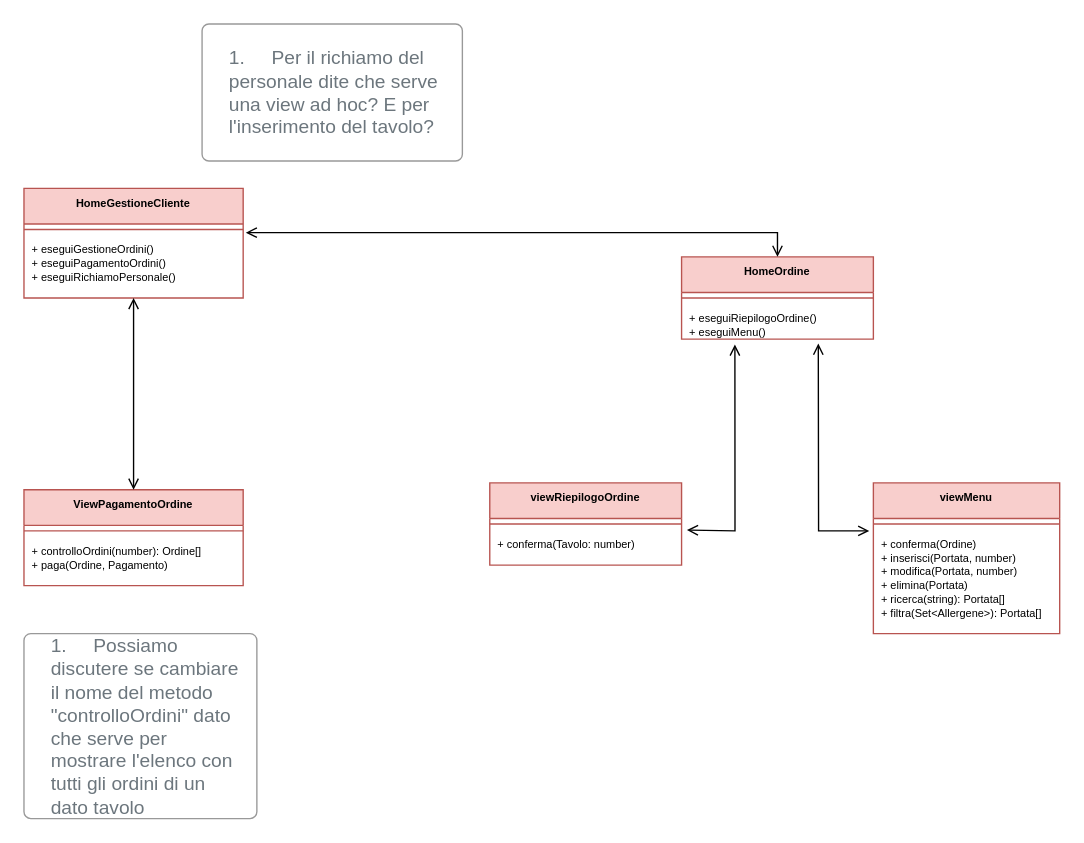
This is page "Cliente" (3 of 3) of progettazione/dettaglio/dettaglioView.drawio from Marco-Burattoni/Progetto-ids, a draw.io file, before an edit. Source tidied: cells renumbered, new cells numbered last; positions are measured from the earlier drawing's top-left corner, leaving out a move shared by most shapes. Both pictures are drawn from the tidied source at 137%, with x=0, y=0 at pixel (23, 23).
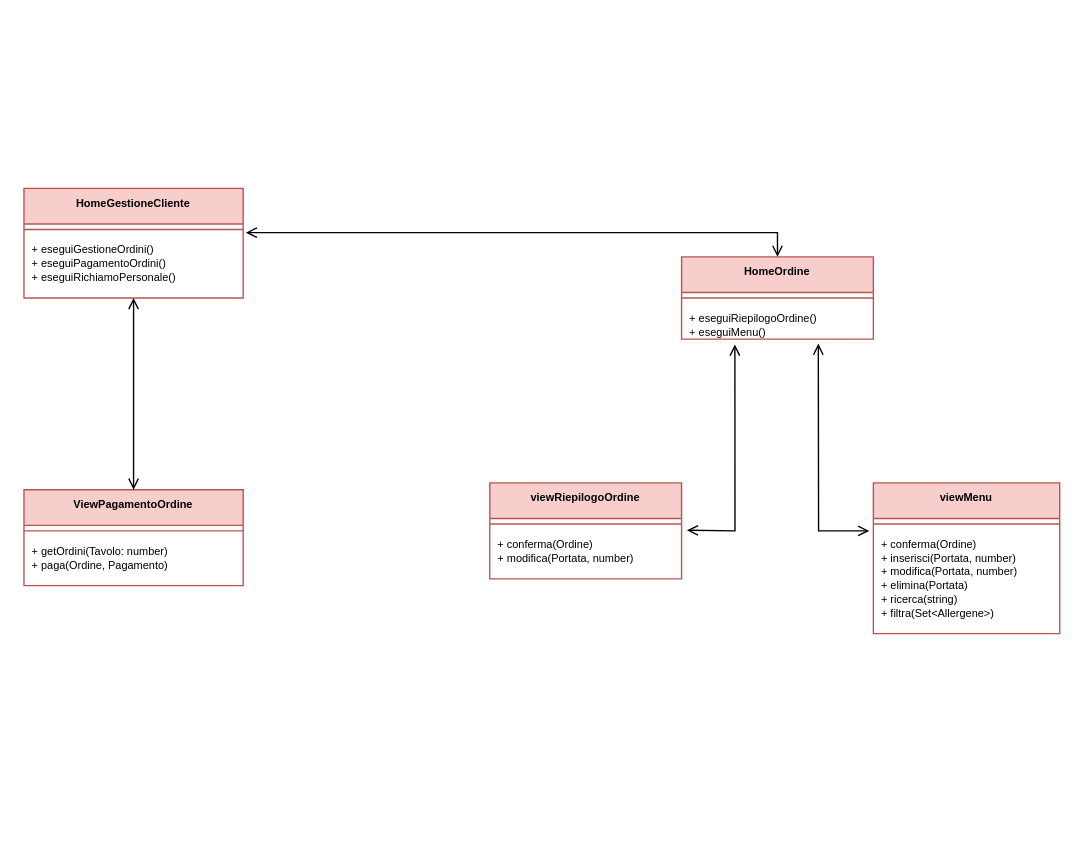
The same page after the edit.

Commit message (it also covers changes not shown here):
dettaglio view

The change refers to these unchanged cells:
```xml
<mxCell id="5" value="ViewPagamentoOrdine" style="swimlane;fontStyle=1;align=center;verticalAlign=top;horizontal=1;startSize=26;strokeColor=#B85450;fontSize=8;fillColor=#F8CECC;" parent="1" vertex="1">
  <mxGeometry y="340" width="160" height="70" as="geometry" />
</mxCell>
<mxCell id="14" value="viewMenu" style="swimlane;fontStyle=1;align=center;verticalAlign=top;horizontal=1;startSize=26;strokeColor=#B85450;fontSize=8;fillColor=#F8CECC;" parent="1" vertex="1">
  <mxGeometry x="620" y="335" width="136" height="110" as="geometry" />
</mxCell>
```

What changed in the source:
```diff
@@
-    <mxCell id="7" value="+ controlloOrdini(number): Ordine[]&#10;+ paga(Ordine, Pagamento)" style="text;strokeColor=none;fillColor=none;align=left;verticalAlign=top;spacingLeft=4;spacingRight=4;overflow=hidden;fontSize=8;" parent="5" vertex="1">
+    <mxCell id="7" value="+ getOrdini(Tavolo: number)&#10;+ paga(Ordine, Pagamento)" style="text;strokeColor=none;fillColor=none;align=left;verticalAlign=top;spacingLeft=4;spacingRight=4;overflow=hidden;fontSize=8;" parent="5" vertex="1">
       <mxGeometry y="34" width="160" height="36" as="geometry" />
     </mxCell>
@@
     <mxCell id="11" value="viewRiepilogoOrdine" style="swimlane;fontStyle=1;align=center;verticalAlign=top;horizontal=1;startSize=26;strokeColor=#B85450;fontSize=8;fillColor=#F8CECC;" parent="1" vertex="1">
-      <mxGeometry x="340" y="335" width="140" height="60" as="geometry" />
+      <mxGeometry x="340" y="335" width="140" height="70" as="geometry" />
     </mxCell>
@@
-    <mxCell id="13" value="+ conferma(Tavolo: number)" style="text;strokeColor=none;fillColor=none;align=left;verticalAlign=top;spacingLeft=4;spacingRight=4;overflow=hidden;points=[[0,0.5],[1,0.5]];portConstraint=eastwest;fontSize=8;" parent="11" vertex="1">
-      <mxGeometry y="34" width="140" height="26" as="geometry" />
+    <mxCell id="13" value="+ conferma(Ordine)&#10;+ modifica(Portata, number)" style="text;strokeColor=none;fillColor=none;align=left;verticalAlign=top;spacingLeft=4;spacingRight=4;overflow=hidden;points=[[0,0.5],[1,0.5]];portConstraint=eastwest;fontSize=8;" parent="11" vertex="1">
+      <mxGeometry y="34" width="140" height="36" as="geometry" />
     </mxCell>
@@
-    <mxCell id="16" value="+ conferma(Ordine)&#10;+ inserisci(Portata, number)&#10;+ modifica(Portata, number)&#10;+ elimina(Portata)&#10;+ ricerca(string): Portata[]&#10;+ filtra(Set&lt;Allergene&gt;): Portata[]" style="text;strokeColor=none;fillColor=none;align=left;verticalAlign=top;spacingLeft=4;spacingRight=4;overflow=hidden;fontSize=8;" parent="14" vertex="1">
+    <mxCell id="16" value="+ conferma(Ordine)&#10;+ inserisci(Portata, number)&#10;+ modifica(Portata, number)&#10;+ elimina(Portata)&#10;+ ricerca(string)&#10;+ filtra(Set&lt;Allergene&gt;)" style="text;strokeColor=none;fillColor=none;align=left;verticalAlign=top;spacingLeft=4;spacingRight=4;overflow=hidden;fontSize=8;" parent="14" vertex="1">
       <mxGeometry y="34" width="136" height="76" as="geometry" />
     </mxCell>
@@
-    <mxCell id="19" value="1.&lt;span style=&quot;white-space: pre;&quot;&gt;&#9;&lt;/span&gt;Per il richiamo del personale dite che serve una view ad hoc? E per l'inserimento del tavolo?" style="html=1;shadow=0;dashed=0;shape=mxgraph.bootstrap.rrect;rSize=5;strokeColor=#999999;strokeWidth=1;fillColor=#FFFFFF;fontColor=#6C767D;whiteSpace=wrap;align=left;verticalAlign=middle;spacingLeft=10;fontSize=14;spacing=10;" parent="1" vertex="1">
-      <mxGeometry x="130" width="190" height="100" as="geometry" />
-    </mxCell>
@@
-    <mxCell id="21" value="1.&lt;span style=&quot;white-space: pre;&quot;&gt;&#9;&lt;/span&gt;Possiamo discutere se cambiare il nome del metodo &quot;controlloOrdini&quot; dato che serve per mostrare l'elenco con tutti gli ordini di un dato tavolo&lt;br&gt;" style="html=1;shadow=0;dashed=0;shape=mxgraph.bootstrap.rrect;rSize=5;strokeColor=#999999;strokeWidth=1;fillColor=#FFFFFF;fontColor=#6C767D;whiteSpace=wrap;align=left;verticalAlign=middle;spacingLeft=10;fontSize=14;spacing=10;" parent="1" vertex="1">
-      <mxGeometry y="445" width="170" height="135" as="geometry" />
-    </mxCell>
```
